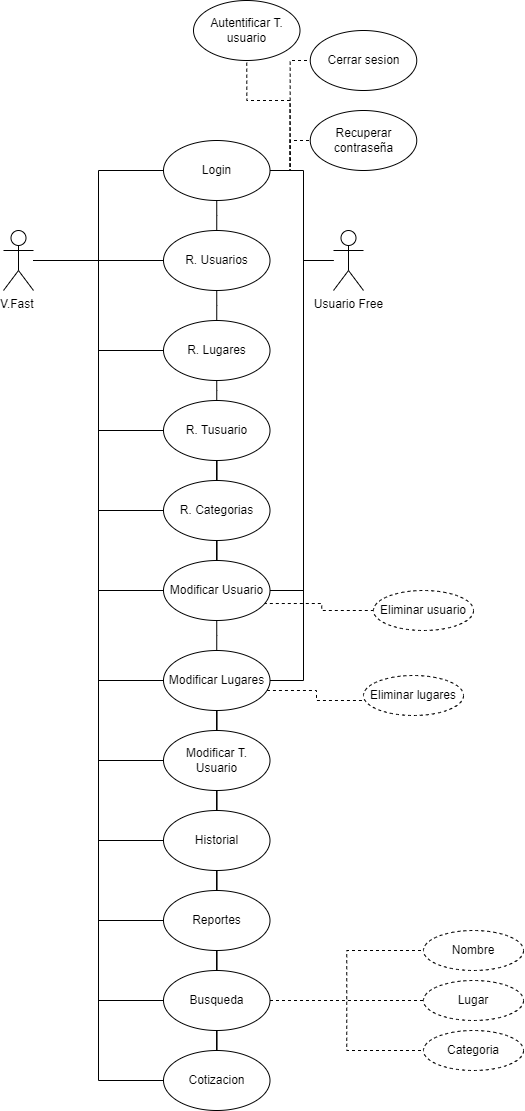
The draw.io diagram Diagrama de clase de uso usuario free.png in Jesus-GP/practicas-finales, before a commit. Source tidied: cells renumbered, new cells last; positions are measured from the earlier drawing's top-left corner, leaving out a move shared by most shapes.
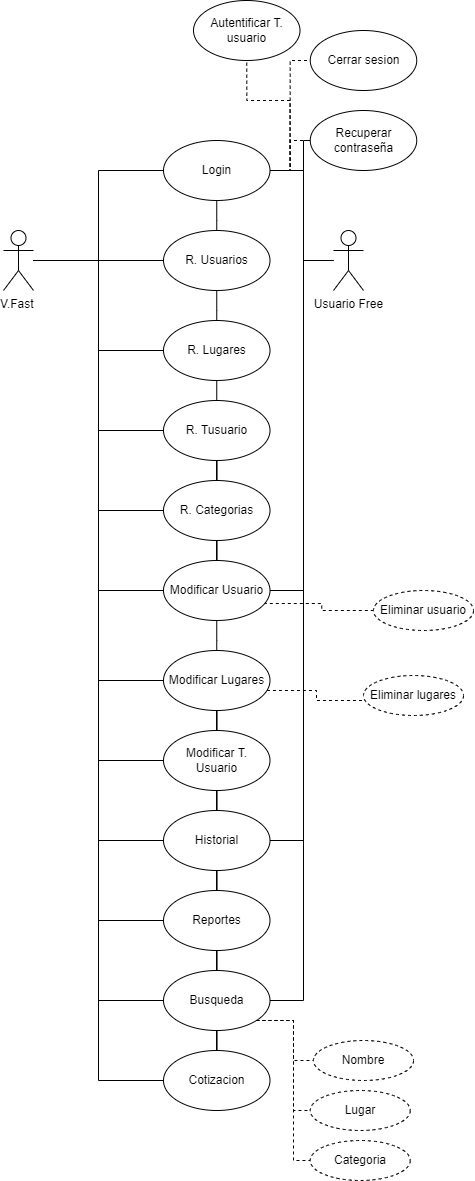
After the change.

Diff of the diagram source:
```diff
@@ -57,11 +57,11 @@
         </Array>
       </mxGeometry>
     </mxCell>
-    <mxCell id="17" style="edgeStyle=orthogonalEdgeStyle;rounded=0;jettySize=auto;html=1;entryX=1;entryY=0.5;entryDx=0;entryDy=0;endArrow=none;endFill=0;" parent="1" edge="1" source="18" target="32">
+    <mxCell id="17" style="edgeStyle=orthogonalEdgeStyle;rounded=0;jettySize=auto;html=1;entryX=1;entryY=0.5;entryDx=0;entryDy=0;endArrow=none;endFill=0;" parent="1" edge="1" source="18" target="36">
       <mxGeometry relative="1" as="geometry">
         <Array as="points">
           <mxPoint x="300" y="260" />
-          <mxPoint x="300" y="680" />
+          <mxPoint x="300" y="840" />
         </Array>
       </mxGeometry>
     </mxCell>
@@ -137,13 +137,28 @@
       <mxGeometry relative="1" as="geometry" />
     </mxCell>
     <mxCell id="40" style="edgeStyle=orthogonalEdgeStyle;rounded=0;jettySize=auto;html=1;entryX=0;entryY=0.5;entryDx=0;entryDy=0;dashed=1;endArrow=none;endFill=0;" parent="1" edge="1" source="43" target="50">
-      <mxGeometry relative="1" as="geometry" />
+      <mxGeometry relative="1" as="geometry">
+        <Array as="points">
+          <mxPoint x="290" y="1020" />
+          <mxPoint x="290" y="1060" />
+        </Array>
+      </mxGeometry>
     </mxCell>
     <mxCell id="41" style="edgeStyle=orthogonalEdgeStyle;rounded=0;jettySize=auto;html=1;entryX=0;entryY=0.5;entryDx=0;entryDy=0;dashed=1;endArrow=none;endFill=0;" parent="1" edge="1" source="43" target="52">
-      <mxGeometry relative="1" as="geometry" />
+      <mxGeometry relative="1" as="geometry">
+        <Array as="points">
+          <mxPoint x="290" y="1020" />
+          <mxPoint x="290" y="1110" />
+        </Array>
+      </mxGeometry>
     </mxCell>
     <mxCell id="42" style="edgeStyle=orthogonalEdgeStyle;rounded=0;jettySize=auto;html=1;entryX=0;entryY=0.5;entryDx=0;entryDy=0;dashed=1;endArrow=none;endFill=0;" parent="1" edge="1" source="43" target="51">
-      <mxGeometry relative="1" as="geometry" />
+      <mxGeometry relative="1" as="geometry">
+        <Array as="points">
+          <mxPoint x="290" y="1020" />
+          <mxPoint x="290" y="1160" />
+        </Array>
+      </mxGeometry>
     </mxCell>
     <mxCell id="43" value="Busqueda" style="ellipse;whiteSpace=wrap;html=1;" parent="1" vertex="1">
       <mxGeometry x="160" y="970" width="106.5" height="60" as="geometry" />
@@ -167,13 +182,13 @@
       <mxGeometry x="160" y="140" width="106.5" height="60" as="geometry" />
     </mxCell>
     <mxCell id="50" value="Nombre" style="ellipse;whiteSpace=wrap;html=1;align=center;dashed=1;" parent="1" vertex="1">
-      <mxGeometry x="420" y="930" width="100" height="40" as="geometry" />
+      <mxGeometry x="310" y="1040" width="100" height="40" as="geometry" />
     </mxCell>
     <mxCell id="51" value="Categoria" style="ellipse;whiteSpace=wrap;html=1;align=center;dashed=1;" parent="1" vertex="1">
-      <mxGeometry x="420" y="1030" width="100" height="40" as="geometry" />
+      <mxGeometry x="306.8" y="1140" width="100" height="40" as="geometry" />
     </mxCell>
     <mxCell id="52" value="Lugar" style="ellipse;whiteSpace=wrap;html=1;align=center;dashed=1;" parent="1" vertex="1">
-      <mxGeometry x="420" y="980" width="100" height="40" as="geometry" />
+      <mxGeometry x="306.8" y="1090" width="100" height="40" as="geometry" />
     </mxCell>
     <mxCell id="53" value="Eliminar lugares" style="ellipse;whiteSpace=wrap;html=1;align=center;dashed=1;" parent="1" vertex="1">
       <mxGeometry x="360" y="675" width="100" height="40" as="geometry" />
@@ -187,6 +202,14 @@
     <mxCell id="56" value="Autentificar T. usuario" style="ellipse;whiteSpace=wrap;html=1;" parent="1" vertex="1">
       <mxGeometry x="190" width="106.5" height="60" as="geometry" />
     </mxCell>
+    <mxCell id="58" style="edgeStyle=orthogonalEdgeStyle;rounded=0;jettySize=auto;html=1;entryX=1;entryY=0.5;entryDx=0;entryDy=0;endArrow=none;endFill=0;" parent="1" edge="1" source="57" target="43">
+      <mxGeometry relative="1" as="geometry">
+        <Array as="points">
+          <mxPoint x="300" y="140" />
+          <mxPoint x="300" y="1000" />
+        </Array>
+      </mxGeometry>
+    </mxCell>
     <mxCell id="57" value="Recuperar contraseña" style="ellipse;whiteSpace=wrap;html=1;" parent="1" vertex="1">
       <mxGeometry x="306.8" y="110" width="106.5" height="60" as="geometry" />
     </mxCell>
```
